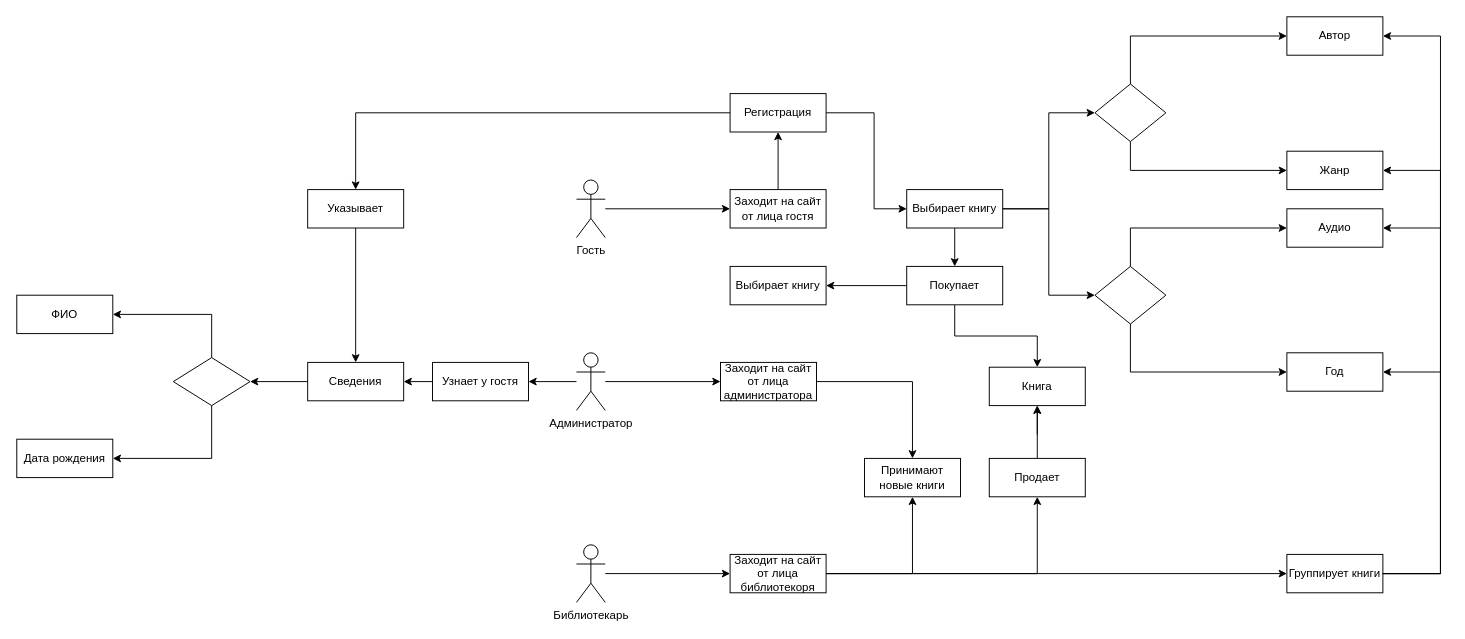
Earlier version of the draw.io diagram Диаграмма 2.drawio (Fanatik62/biblioteka). Source tidied: cells renumbered, new cells numbered last; positions are measured from the earlier drawing's top-left corner, leaving out a move shared by most shapes. Both pictures are drawn from the tidied source at 96%, with x=0, y=0 at pixel (16, 16).
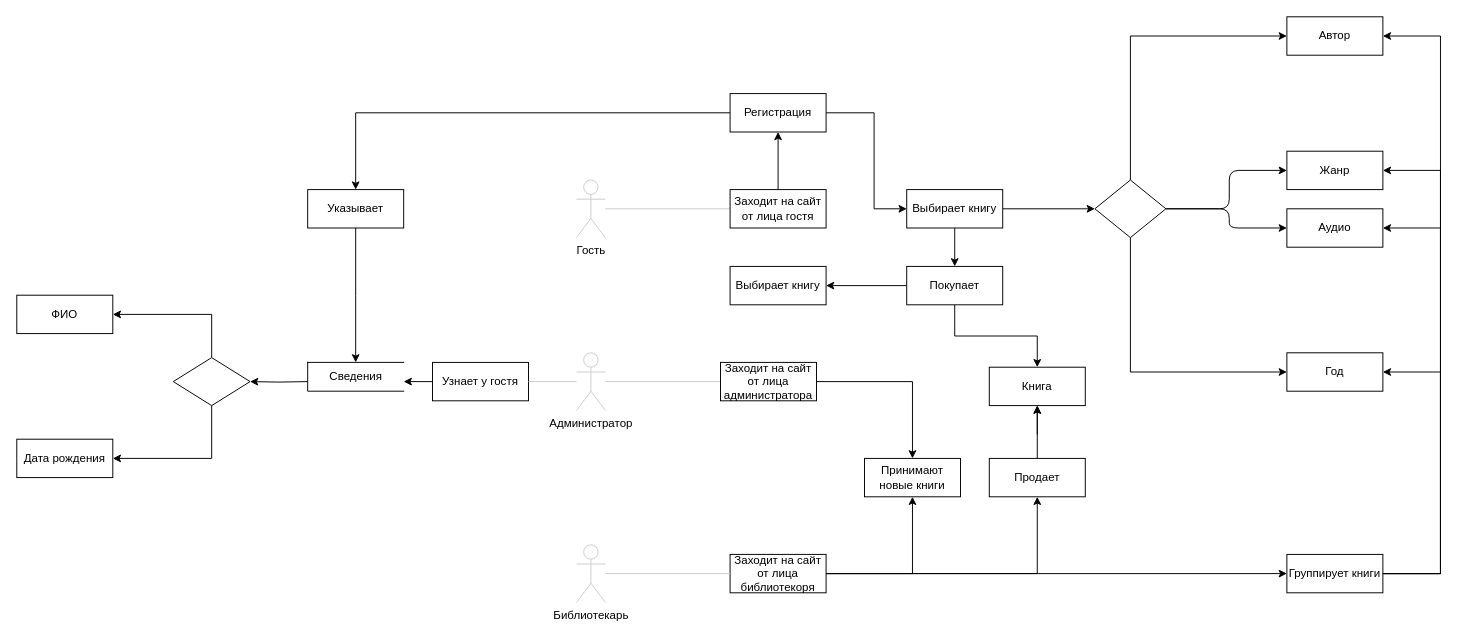
The same page after the edit.

Unchanged cells that the change refers to:
```xml
<mxCell id="4" value="Заходит на сайт от лица библиотекоря" style="rounded=0;whiteSpace=wrap;html=1;" parent="1" vertex="1">
  <mxGeometry x="743" y="560" width="100" height="40" as="geometry" />
</mxCell>
<mxCell id="10" value="Заходит на сайт от лица гостя" style="rounded=0;whiteSpace=wrap;html=1;" parent="1" vertex="1">
  <mxGeometry x="743" y="180" width="100" height="40" as="geometry" />
</mxCell>
<mxCell id="11" value="Заходит на сайт от лица администратора" style="rounded=0;whiteSpace=wrap;html=1;" parent="1" vertex="1">
  <mxGeometry x="733" y="360" width="100" height="40" as="geometry" />
</mxCell>
<mxCell id="14" value="Выбирает книгу" style="rounded=0;whiteSpace=wrap;html=1;" parent="1" vertex="1">
  <mxGeometry x="927" y="180" width="100" height="40" as="geometry" />
</mxCell>
<mxCell id="26" value="Указывает" style="rounded=0;whiteSpace=wrap;html=1;" parent="1" vertex="1">
  <mxGeometry x="303" y="180" width="100" height="40" as="geometry" />
</mxCell>
<mxCell id="27" value="Узнает у гостя" style="rounded=0;whiteSpace=wrap;html=1;" parent="1" vertex="1">
  <mxGeometry x="433" y="360" width="100" height="40" as="geometry" />
</mxCell>
<mxCell id="31" style="rhombus;whiteSpace=wrap;html=1;" parent="1" vertex="1">
  <mxGeometry x="163" y="355" width="80" height="50" as="geometry" />
</mxCell>
<mxCell id="42" value="Жанр" style="rounded=0;whiteSpace=wrap;html=1;" parent="1" vertex="1">
  <mxGeometry x="1323" y="140" width="100" height="40" as="geometry" />
</mxCell>
<mxCell id="43" value="Аудио" style="rounded=0;whiteSpace=wrap;html=1;" parent="1" vertex="1">
  <mxGeometry x="1323" y="200" width="100" height="40" as="geometry" />
</mxCell>
<mxCell id="44" value="Год" style="rounded=0;whiteSpace=wrap;html=1;" parent="1" vertex="1">
  <mxGeometry x="1323" y="350" width="100" height="40" as="geometry" />
</mxCell>
```

Change to the diagram source:
```diff
@@
-    <mxCell id="2" style="edgeStyle=orthogonalEdgeStyle;rounded=0;jettySize=auto;html=1;entryX=0;entryY=0.5;entryDx=0;entryDy=0;" parent="1" edge="1" source="3" target="10">
+    <mxCell id="2" style="edgeStyle=orthogonalEdgeStyle;rounded=0;jettySize=auto;html=1;entryX=0;entryY=0.5;entryDx=0;entryDy=0;endArrow=none;endFill=0;strokeColor=#CCCCCC;" parent="1" edge="1" source="3" target="10">
       <mxGeometry relative="1" as="geometry" />
     </mxCell>
-    <mxCell id="3" value="Гость" style="shape=umlActor;verticalLabelPosition=bottom;verticalAlign=top;html=1;outlineConnect=0;" parent="1" vertex="1">
+    <mxCell id="3" value="Гость" style="shape=umlActor;verticalLabelPosition=bottom;verticalAlign=top;html=1;outlineConnect=0;strokeColor=#CCCCCC;" parent="1" vertex="1">
       <mxGeometry x="583" y="170" width="30" height="60" as="geometry" />
     </mxCell>
@@
-    <mxCell id="5" value="Администратор" style="shape=umlActor;verticalLabelPosition=bottom;verticalAlign=top;html=1;outlineConnect=0;" parent="1" vertex="1">
+    <mxCell id="5" value="Администратор" style="shape=umlActor;verticalLabelPosition=bottom;verticalAlign=top;html=1;outlineConnect=0;strokeColor=#CCCCCC;" parent="1" vertex="1">
       <mxGeometry x="583" y="350" width="30" height="60" as="geometry" />
     </mxCell>
-    <mxCell id="6" value="Библиотекарь" style="shape=umlActor;verticalLabelPosition=bottom;verticalAlign=top;html=1;outlineConnect=0;" parent="1" vertex="1">
+    <mxCell id="6" value="Библиотекарь" style="shape=umlActor;verticalLabelPosition=bottom;verticalAlign=top;html=1;outlineConnect=0;strokeColor=#CCCCCC;" parent="1" vertex="1">
       <mxGeometry x="583" y="550" width="30" height="60" as="geometry" />
     </mxCell>
-    <mxCell id="7" style="edgeStyle=orthogonalEdgeStyle;rounded=0;jettySize=auto;html=1;entryX=0;entryY=0.5;entryDx=0;entryDy=0;" parent="1" edge="1" source="6" target="4">
+    <mxCell id="7" style="edgeStyle=orthogonalEdgeStyle;rounded=0;jettySize=auto;html=1;entryX=0;entryY=0.5;entryDx=0;entryDy=0;endArrow=none;endFill=0;strokeColor=#CCCCCC;" parent="1" edge="1" source="6" target="4">
       <mxGeometry relative="1" as="geometry" />
     </mxCell>
-    <mxCell id="8" style="edgeStyle=orthogonalEdgeStyle;rounded=0;jettySize=auto;html=1;entryX=0;entryY=0.5;entryDx=0;entryDy=0;" parent="1" edge="1" source="5" target="11">
+    <mxCell id="8" style="edgeStyle=orthogonalEdgeStyle;rounded=0;jettySize=auto;html=1;entryX=0;entryY=0.5;entryDx=0;entryDy=0;endArrow=none;endFill=0;strokeColor=#CCCCCC;" parent="1" edge="1" source="5" target="11">
       <mxGeometry relative="1" as="geometry" />
     </mxCell>
@@
+    <mxCell id="18" style="edgeStyle=orthogonalEdgeStyle;rounded=0;jettySize=auto;html=1;endArrow=classic;endFill=1;strokeColor=#000000;" parent="1" edge="1" source="14" target="16">
+      <mxGeometry relative="1" as="geometry" />
+    </mxCell>
@@
-    <mxCell id="15" style="edgeStyle=orthogonalEdgeStyle;rounded=0;jettySize=auto;html=1;exitX=1;exitY=0.5;exitDx=0;exitDy=0;entryX=0;entryY=0.5;entryDx=0;entryDy=0;entryPerimeter=0;" parent="1" edge="1" source="14" target="17">
-      <mxGeometry relative="1" as="geometry" />
-    </mxCell>
     <mxCell id="16" style="strokeWidth=1;html=1;shape=mxgraph.flowchart.decision;whiteSpace=wrap;" parent="1" vertex="1">
-      <mxGeometry x="1123" y="70" width="74" height="60" as="geometry" />
+      <mxGeometry x="1123" y="170" width="74" height="60" as="geometry" />
     </mxCell>
-    <mxCell id="17" style="strokeWidth=1;html=1;shape=mxgraph.flowchart.decision;whiteSpace=wrap;" parent="1" vertex="1">
-      <mxGeometry x="1123" y="260" width="74" height="60" as="geometry" />
-    </mxCell>
-    <mxCell id="18" style="edgeStyle=orthogonalEdgeStyle;rounded=0;jettySize=auto;html=1;exitX=1;exitY=0.5;exitDx=0;exitDy=0;entryX=0;entryY=0.5;entryDx=0;entryDy=0;entryPerimeter=0;" parent="1" edge="1" source="14" target="16">
-      <mxGeometry relative="1" as="geometry" />
-    </mxCell>
-    <mxCell id="19" style="edgeStyle=orthogonalEdgeStyle;rounded=0;jettySize=auto;html=1;entryX=0;entryY=0.5;entryDx=0;entryDy=0;" parent="1" edge="1" source="17" target="43">
+    <mxCell id="19" style="edgeStyle=orthogonalEdgeStyle;rounded=1;jettySize=auto;html=1;entryX=0;entryY=0.5;entryDx=0;entryDy=0;" parent="1" edge="1" source="16" target="43">
       <mxGeometry relative="1" as="geometry">
         <Array as="points">
-          <mxPoint x="1160" y="220" />
+          <mxPoint x="1263" y="200" />
+          <mxPoint x="1263" y="220" />
         </Array>
       </mxGeometry>
     </mxCell>
-    <mxCell id="20" style="edgeStyle=orthogonalEdgeStyle;rounded=0;jettySize=auto;html=1;exitX=0.5;exitY=1;exitDx=0;exitDy=0;exitPerimeter=0;entryX=0;entryY=0.5;entryDx=0;entryDy=0;" parent="1" edge="1" source="16" target="42">
+    <mxCell id="20" style="edgeStyle=orthogonalEdgeStyle;rounded=1;jettySize=auto;html=1;entryX=0;entryY=0.5;entryDx=0;entryDy=0;" parent="1" edge="1" source="16" target="42">
       <mxGeometry relative="1" as="geometry">
         <Array as="points">
-          <mxPoint x="1160" y="160" />
+          <mxPoint x="1263" y="200" />
+          <mxPoint x="1263" y="160" />
         </Array>
       </mxGeometry>
     </mxCell>
@@
-    <mxCell id="22" style="edgeStyle=orthogonalEdgeStyle;rounded=0;jettySize=auto;html=1;exitX=0.5;exitY=1;exitDx=0;exitDy=0;exitPerimeter=0;entryX=0;entryY=0.5;entryDx=0;entryDy=0;" parent="1" edge="1" source="17" target="44">
+    <mxCell id="22" style="edgeStyle=orthogonalEdgeStyle;rounded=0;jettySize=auto;html=1;entryX=0;entryY=0.5;entryDx=0;entryDy=0;" parent="1" edge="1" source="16" target="44">
       <mxGeometry relative="1" as="geometry">
         <Array as="points">
           <mxPoint x="1160" y="370" />
-          <mxPoint x="1323" y="370" />
         </Array>
       </mxGeometry>
     </mxCell>
@@
-    <mxCell id="28" value="Сведения" style="rounded=0;whiteSpace=wrap;html=1;" parent="1" vertex="1">
-      <mxGeometry x="303" y="360" width="100" height="40" as="geometry" />
-    </mxCell>
-    <mxCell id="29" style="edgeStyle=orthogonalEdgeStyle;rounded=0;jettySize=auto;html=1;entryX=1;entryY=0.5;entryDx=0;entryDy=0;" parent="1" edge="1" source="5" target="27">
+    <mxCell id="29" style="edgeStyle=orthogonalEdgeStyle;rounded=0;jettySize=auto;html=1;entryX=1;entryY=0.5;entryDx=0;entryDy=0;endArrow=none;endFill=0;strokeColor=#CCCCCC;" parent="1" edge="1" source="5" target="27">
       <mxGeometry relative="1" as="geometry" />
     </mxCell>
-    <mxCell id="30" style="edgeStyle=orthogonalEdgeStyle;rounded=0;jettySize=auto;html=1;exitX=0.5;exitY=1;exitDx=0;exitDy=0;entryX=0.5;entryY=0;entryDx=0;entryDy=0;" parent="1" edge="1" source="26" target="28">
-      <mxGeometry relative="1" as="geometry" />
+    <mxCell id="30" style="edgeStyle=orthogonalEdgeStyle;rounded=0;jettySize=auto;html=1;exitX=0.5;exitY=1;exitDx=0;exitDy=0;entryX=0.5;entryY=0;entryDx=0;entryDy=0;" parent="1" edge="1" source="26">
+      <mxGeometry relative="1" as="geometry">
+        <mxPoint x="353" y="360" as="targetPoint" />
+      </mxGeometry>
     </mxCell>
@@
-    <mxCell id="32" style="edgeStyle=orthogonalEdgeStyle;rounded=0;jettySize=auto;html=1;entryX=1;entryY=0.5;entryDx=0;entryDy=0;exitX=0;exitY=0.5;exitDx=0;exitDy=0;" parent="1" edge="1" source="28" target="31">
-      <mxGeometry relative="1" as="geometry" />
+    <mxCell id="32" style="edgeStyle=orthogonalEdgeStyle;rounded=0;jettySize=auto;html=1;entryX=1;entryY=0.5;entryDx=0;entryDy=0;exitX=0;exitY=0.5;exitDx=0;exitDy=0;" parent="1" edge="1" target="31">
+      <mxGeometry relative="1" as="geometry">
+        <mxPoint x="303" y="380" as="sourcePoint" />
+      </mxGeometry>
     </mxCell>
@@
-    <mxCell id="37" style="edgeStyle=orthogonalEdgeStyle;rounded=0;jettySize=auto;html=1;exitX=0;exitY=0.5;exitDx=0;exitDy=0;entryX=1;entryY=0.5;entryDx=0;entryDy=0;" parent="1" edge="1" source="27" target="28">
-      <mxGeometry relative="1" as="geometry" />
+    <mxCell id="37" style="edgeStyle=orthogonalEdgeStyle;rounded=0;jettySize=auto;html=1;exitX=0;exitY=0.5;exitDx=0;exitDy=0;entryX=1;entryY=0.5;entryDx=0;entryDy=0;" parent="1" edge="1" source="27">
+      <mxGeometry relative="1" as="geometry">
+        <mxPoint x="403" y="380" as="targetPoint" />
+      </mxGeometry>
     </mxCell>
@@
+    <mxCell id="28" value="Сведения" style="html=1;dashed=0;whitespace=wrap;shape=partialRectangle;right=0;strokeColor=#000000;" parent="1" vertex="1">
+      <mxGeometry x="303" y="360" width="100" height="30" as="geometry" />
+    </mxCell>
```
